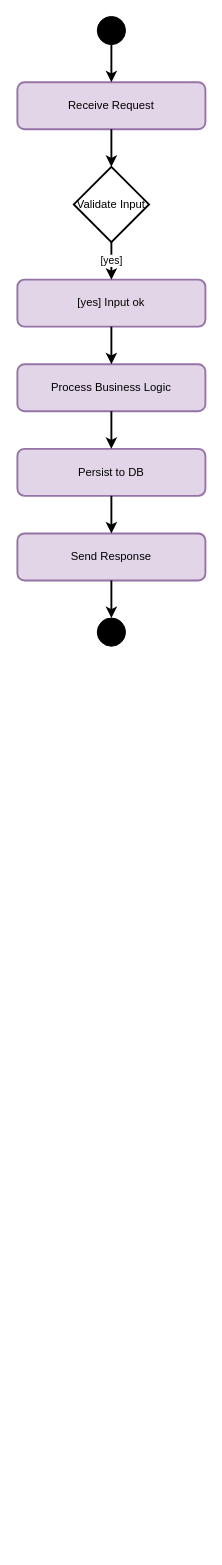
This is drawio/activity_diagram.drawio from piyushmakhija28/countdown-lockscreen-challenge, a draw.io file, before an edit. Source tidied: cells renumbered, new cells numbered last; positions are measured from the earlier drawing's top-left corner, leaving out a move shared by most shapes. Both pictures are drawn from the tidied source at 94%, with x=0, y=0 at pixel (17, 16).
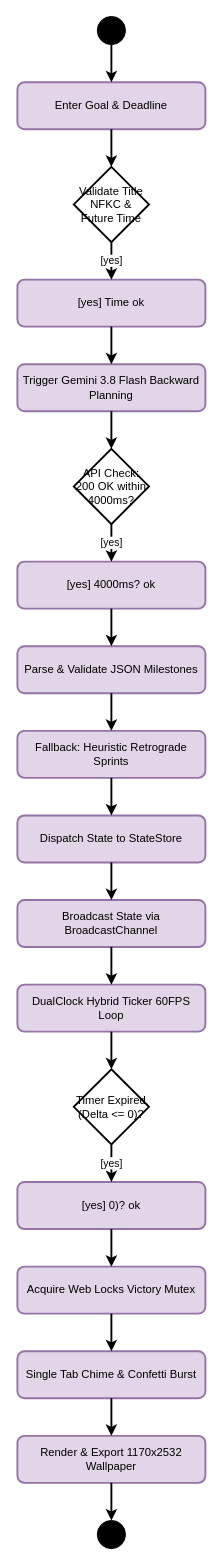
The same diagram, later.

What changed in the source:
```diff
@@
-    <mxCell id="3" value="Receive Request" style="rounded=1;whiteSpace=wrap;html=1;fillColor=#E1D5E7;strokeColor=#9673A6;strokeWidth=2;" parent="1" vertex="1">
+    <mxCell id="3" value="Enter Goal &amp; Deadline" style="rounded=1;whiteSpace=wrap;html=1;fillColor=#E1D5E7;strokeColor=#9673A6;strokeWidth=2;" parent="1" vertex="1">
       <mxGeometry y="70" width="200" height="50" as="geometry" />
     </mxCell>
@@
-    <mxCell id="5" value="Validate Input" style="rhombus;html=1;strokeColor=#000000;strokeWidth=2;fillColor=#FFFFFF;perimeter=rhombusPerimeter;whiteSpace=wrap;" parent="1" vertex="1">
+    <mxCell id="5" value="Validate Title NFKC &amp; Future Time" style="rhombus;html=1;strokeColor=#000000;strokeWidth=2;fillColor=#FFFFFF;perimeter=rhombusPerimeter;whiteSpace=wrap;" parent="1" vertex="1">
       <mxGeometry x="60" y="160" width="80" height="80" as="geometry" />
     </mxCell>
@@
-    <mxCell id="7" value="[yes] Input ok" style="rounded=1;whiteSpace=wrap;html=1;fillColor=#E1D5E7;strokeColor=#9673A6;strokeWidth=2;" parent="1" vertex="1">
+    <mxCell id="7" value="[yes] Time ok" style="rounded=1;whiteSpace=wrap;html=1;fillColor=#E1D5E7;strokeColor=#9673A6;strokeWidth=2;" parent="1" vertex="1">
       <mxGeometry y="280" width="200" height="50" as="geometry" />
     </mxCell>
@@
-    <mxCell id="9" value="Process Business Logic" style="rounded=1;whiteSpace=wrap;html=1;fillColor=#E1D5E7;strokeColor=#9673A6;strokeWidth=2;" parent="1" vertex="1">
+    <mxCell id="9" value="Trigger Gemini 3.8 Flash Backward Planning" style="rounded=1;whiteSpace=wrap;html=1;fillColor=#E1D5E7;strokeColor=#9673A6;strokeWidth=2;" parent="1" vertex="1">
       <mxGeometry y="370" width="200" height="50" as="geometry" />
     </mxCell>
@@
-    <mxCell id="11" value="Persist to DB" style="rounded=1;whiteSpace=wrap;html=1;fillColor=#E1D5E7;strokeColor=#9673A6;strokeWidth=2;" parent="1" vertex="1">
-      <mxGeometry y="460" width="200" height="50" as="geometry" />
+    <mxCell id="11" value="API Check: 200 OK within 4000ms?" style="rhombus;html=1;strokeColor=#000000;strokeWidth=2;fillColor=#FFFFFF;perimeter=rhombusPerimeter;whiteSpace=wrap;" parent="1" vertex="1">
+      <mxGeometry x="60" y="460" width="80" height="80" as="geometry" />
     </mxCell>
@@
-    <mxCell id="13" value="Send Response" style="rounded=1;whiteSpace=wrap;html=1;fillColor=#E1D5E7;strokeColor=#9673A6;strokeWidth=2;" parent="1" vertex="1">
-      <mxGeometry y="550" width="200" height="50" as="geometry" />
+    <mxCell id="13" value="[yes] 4000ms? ok" style="rounded=1;whiteSpace=wrap;html=1;fillColor=#E1D5E7;strokeColor=#9673A6;strokeWidth=2;" parent="1" vertex="1">
+      <mxGeometry y="580" width="200" height="50" as="geometry" />
     </mxCell>
-    <mxCell id="14" style="endArrow=classic;html=1;strokeColor=#000000;strokeWidth=2;edgeStyle=orthogonalEdgeStyle;" parent="1" edge="1" source="11" target="13">
+    <mxCell id="14" value="[yes]" style="endArrow=classic;html=1;strokeColor=#000000;strokeWidth=2;edgeStyle=orthogonalEdgeStyle;" parent="1" edge="1" source="11" target="13">
       <mxGeometry relative="1" as="geometry" />
     </mxCell>
-    <mxCell id="15" style="shape=doubleEllipse;html=1;strokeColor=#000000;fillColor=#000000;" parent="1" vertex="1">
-      <mxGeometry x="85" y="640" width="30" height="30" as="geometry" />
+    <mxCell id="15" value="Parse &amp; Validate JSON Milestones" style="rounded=1;whiteSpace=wrap;html=1;fillColor=#E1D5E7;strokeColor=#9673A6;strokeWidth=2;" parent="1" vertex="1">
+      <mxGeometry y="670" width="200" height="50" as="geometry" />
     </mxCell>
@@
+    <mxCell id="17" value="Fallback: Heuristic Retrograde Sprints" style="rounded=1;whiteSpace=wrap;html=1;fillColor=#E1D5E7;strokeColor=#9673A6;strokeWidth=2;" parent="1" vertex="1">
+      <mxGeometry y="760" width="200" height="50" as="geometry" />
+    </mxCell>
+    <mxCell id="18" style="endArrow=classic;html=1;strokeColor=#000000;strokeWidth=2;edgeStyle=orthogonalEdgeStyle;" parent="1" edge="1" source="15" target="17">
+      <mxGeometry relative="1" as="geometry" />
+    </mxCell>
+    <mxCell id="19" value="Dispatch State to StateStore" style="rounded=1;whiteSpace=wrap;html=1;fillColor=#E1D5E7;strokeColor=#9673A6;strokeWidth=2;" parent="1" vertex="1">
+      <mxGeometry y="850" width="200" height="50" as="geometry" />
+    </mxCell>
+    <mxCell id="20" style="endArrow=classic;html=1;strokeColor=#000000;strokeWidth=2;edgeStyle=orthogonalEdgeStyle;" parent="1" edge="1" source="17" target="19">
+      <mxGeometry relative="1" as="geometry" />
+    </mxCell>
+    <mxCell id="21" value="Broadcast State via BroadcastChannel" style="rounded=1;whiteSpace=wrap;html=1;fillColor=#E1D5E7;strokeColor=#9673A6;strokeWidth=2;" parent="1" vertex="1">
+      <mxGeometry y="940" width="200" height="50" as="geometry" />
+    </mxCell>
+    <mxCell id="22" style="endArrow=classic;html=1;strokeColor=#000000;strokeWidth=2;edgeStyle=orthogonalEdgeStyle;" parent="1" edge="1" source="19" target="21">
+      <mxGeometry relative="1" as="geometry" />
+    </mxCell>
+    <mxCell id="23" value="DualClock Hybrid Ticker 60FPS Loop" style="rounded=1;whiteSpace=wrap;html=1;fillColor=#E1D5E7;strokeColor=#9673A6;strokeWidth=2;" parent="1" vertex="1">
+      <mxGeometry y="1030" width="200" height="50" as="geometry" />
+    </mxCell>
+    <mxCell id="24" style="endArrow=classic;html=1;strokeColor=#000000;strokeWidth=2;edgeStyle=orthogonalEdgeStyle;" parent="1" edge="1" source="21" target="23">
+      <mxGeometry relative="1" as="geometry" />
+    </mxCell>
+    <mxCell id="25" value="Timer Expired (Delta &lt;= 0)?" style="rhombus;html=1;strokeColor=#000000;strokeWidth=2;fillColor=#FFFFFF;perimeter=rhombusPerimeter;whiteSpace=wrap;" parent="1" vertex="1">
+      <mxGeometry x="60" y="1120" width="80" height="80" as="geometry" />
+    </mxCell>
+    <mxCell id="26" style="endArrow=classic;html=1;strokeColor=#000000;strokeWidth=2;edgeStyle=orthogonalEdgeStyle;" parent="1" edge="1" source="23" target="25">
+      <mxGeometry relative="1" as="geometry" />
+    </mxCell>
+    <mxCell id="27" value="[yes] 0)? ok" style="rounded=1;whiteSpace=wrap;html=1;fillColor=#E1D5E7;strokeColor=#9673A6;strokeWidth=2;" parent="1" vertex="1">
+      <mxGeometry y="1240" width="200" height="50" as="geometry" />
+    </mxCell>
+    <mxCell id="28" value="[yes]" style="endArrow=classic;html=1;strokeColor=#000000;strokeWidth=2;edgeStyle=orthogonalEdgeStyle;" parent="1" edge="1" source="25" target="27">
+      <mxGeometry relative="1" as="geometry" />
+    </mxCell>
+    <mxCell id="29" value="Acquire Web Locks Victory Mutex" style="rounded=1;whiteSpace=wrap;html=1;fillColor=#E1D5E7;strokeColor=#9673A6;strokeWidth=2;" parent="1" vertex="1">
+      <mxGeometry y="1330" width="200" height="50" as="geometry" />
+    </mxCell>
+    <mxCell id="30" style="endArrow=classic;html=1;strokeColor=#000000;strokeWidth=2;edgeStyle=orthogonalEdgeStyle;" parent="1" edge="1" source="27" target="29">
+      <mxGeometry relative="1" as="geometry" />
+    </mxCell>
+    <mxCell id="31" value="Single Tab Chime &amp; Confetti Burst" style="rounded=1;whiteSpace=wrap;html=1;fillColor=#E1D5E7;strokeColor=#9673A6;strokeWidth=2;" parent="1" vertex="1">
+      <mxGeometry y="1420" width="200" height="50" as="geometry" />
+    </mxCell>
+    <mxCell id="32" style="endArrow=classic;html=1;strokeColor=#000000;strokeWidth=2;edgeStyle=orthogonalEdgeStyle;" parent="1" edge="1" source="29" target="31">
+      <mxGeometry relative="1" as="geometry" />
+    </mxCell>
+    <mxCell id="33" value="Render &amp; Export 1170x2532 Wallpaper" style="rounded=1;whiteSpace=wrap;html=1;fillColor=#E1D5E7;strokeColor=#9673A6;strokeWidth=2;" parent="1" vertex="1">
+      <mxGeometry y="1510" width="200" height="50" as="geometry" />
+    </mxCell>
+    <mxCell id="34" style="endArrow=classic;html=1;strokeColor=#000000;strokeWidth=2;edgeStyle=orthogonalEdgeStyle;" parent="1" edge="1" source="31" target="33">
+      <mxGeometry relative="1" as="geometry" />
+    </mxCell>
+    <mxCell id="35" style="shape=doubleEllipse;html=1;strokeColor=#000000;fillColor=#000000;" parent="1" vertex="1">
+      <mxGeometry x="85" y="1600" width="30" height="30" as="geometry" />
+    </mxCell>
+    <mxCell id="36" style="endArrow=classic;html=1;strokeColor=#000000;strokeWidth=2;edgeStyle=orthogonalEdgeStyle;" parent="1" edge="1" source="33" target="35">
+      <mxGeometry relative="1" as="geometry" />
+    </mxCell>
```
